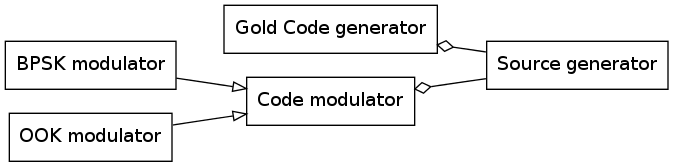
Above: img/wsgc_cpp_proto_source.png in f4exb/wsgc (Graphviz), before the change. Its source is kept beside it as img/wsgc_cpp_proto_source.dot.
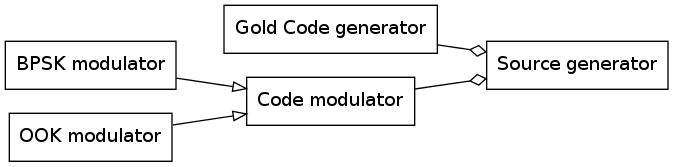
The same file after the commit.

What changed in the source:
```diff
@@ -7,8 +7,8 @@
     bpsk_modulator [shape=box, label="BPSK modulator"];
     ook_modulator [shape=box, label="OOK modulator"];
 
-    gold_code_generator -> source_generator [dir=both, arrowtail=ediamond, arrowhead=none];
-    code_modulator -> source_generator [dir=both, arrowtail=ediamond, arrowhead=none];
+    gold_code_generator -> source_generator [arrowhead=ediamond];
+    code_modulator -> source_generator [arrowhead=ediamond];
     bpsk_modulator -> code_modulator [arrowhead=empty];
     ook_modulator -> code_modulator [arrowhead=empty];
 }
```
